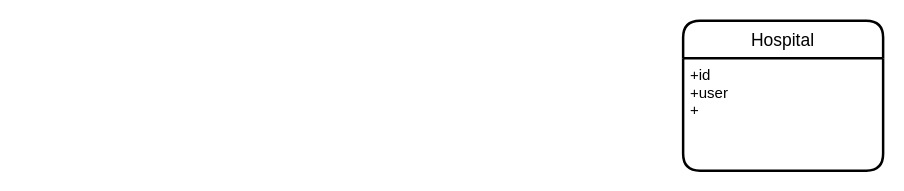
Before: esushim.drawio in harsh098/diagrams, a draw.io diagram. Source tidied: cells renumbered, new cells numbered last; positions are measured from the earlier drawing's top-left corner, leaving out a move shared by most shapes. Both pictures are drawn from the tidied source at 125%, with x=0, y=0 at pixel (682, 20).
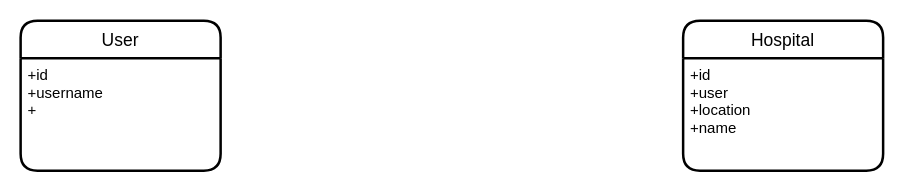
Above is the later version.

The edit, as a diff of the source:
```diff
@@
 <mxGraphModel>
   <root>
     <mxCell id="0" />
     <mxCell id="1" parent="0" />
     <mxCell id="2" value="Hospital" style="swimlane;horizontal=1;startSize=30;rounded=1;fontSize=14;fontStyle=0;strokeWidth=2;shadow=0;dashed=0;align=center;" parent="1" vertex="1">
       <mxGeometry width="160" height="120" as="geometry" />
     </mxCell>
-    <mxCell id="3" value="+id&#10;+user&#10;+" style="align=left;strokeColor=none;fillColor=none;spacingLeft=4;fontSize=12;verticalAlign=top;" parent="2" vertex="1">
+    <mxCell id="3" value="+id&#10;+user&#10;+location&#10;+name" style="align=left;strokeColor=none;fillColor=none;spacingLeft=4;fontSize=12;verticalAlign=top;" parent="2" vertex="1">
       <mxGeometry y="30" width="160" height="90" as="geometry" />
     </mxCell>
+    <mxCell id="4" value="User" style="swimlane;horizontal=1;startSize=30;rounded=1;fontSize=14;fontStyle=0;strokeWidth=2;shadow=0;dashed=0;align=center;" parent="1" vertex="1">
+      <mxGeometry x="-530" width="160" height="120" as="geometry" />
+    </mxCell>
+    <mxCell id="5" value="+id&#10;+username&#10;+" style="align=left;strokeColor=none;fillColor=none;spacingLeft=4;fontSize=12;verticalAlign=top;" parent="4" vertex="1">
+      <mxGeometry y="30" width="160" height="90" as="geometry" />
+    </mxCell>
   </root>
 </mxGraphModel>
```
